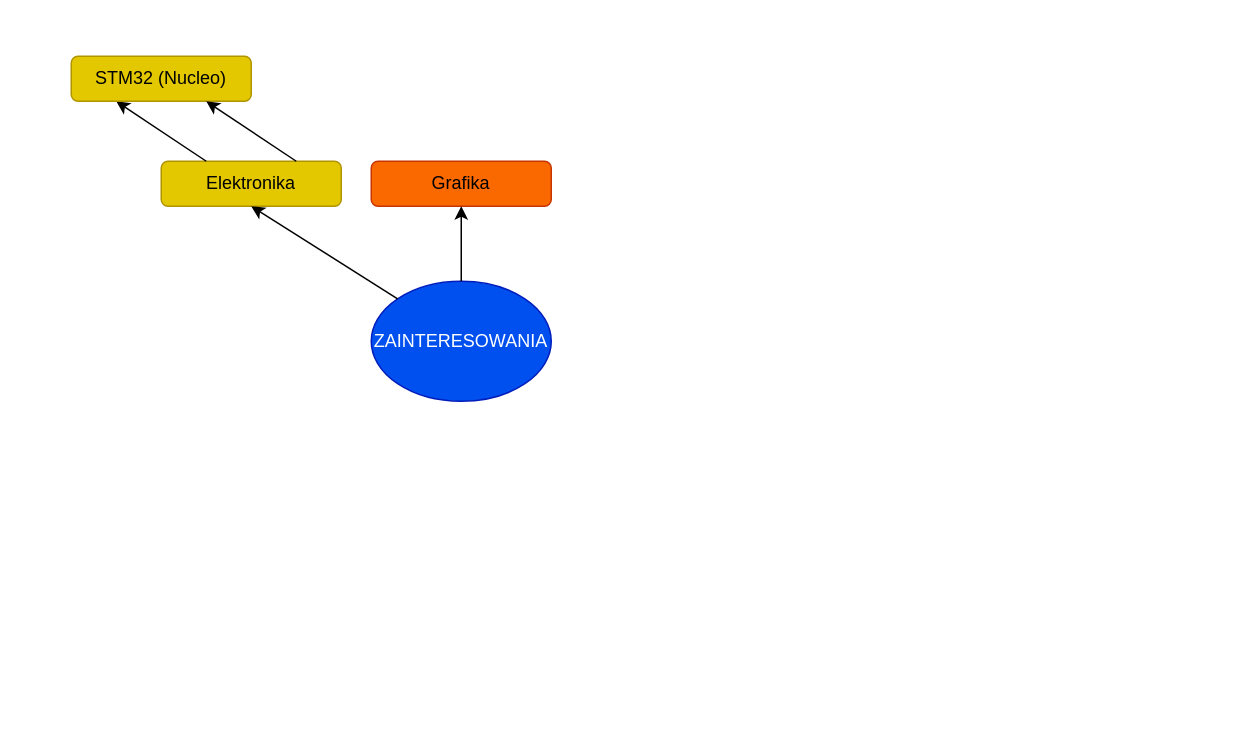
Above: Diagram bez tytułu.drawio in Dexmo-7/myWarmingUp (draw.io), before the change. Source tidied: cells renumbered, new cells numbered last; positions are measured from the earlier drawing's top-left corner, leaving out a move shared by most shapes. Both pictures are drawn from the tidied source at 150%, with x=0, y=0 at pixel (70, 56).
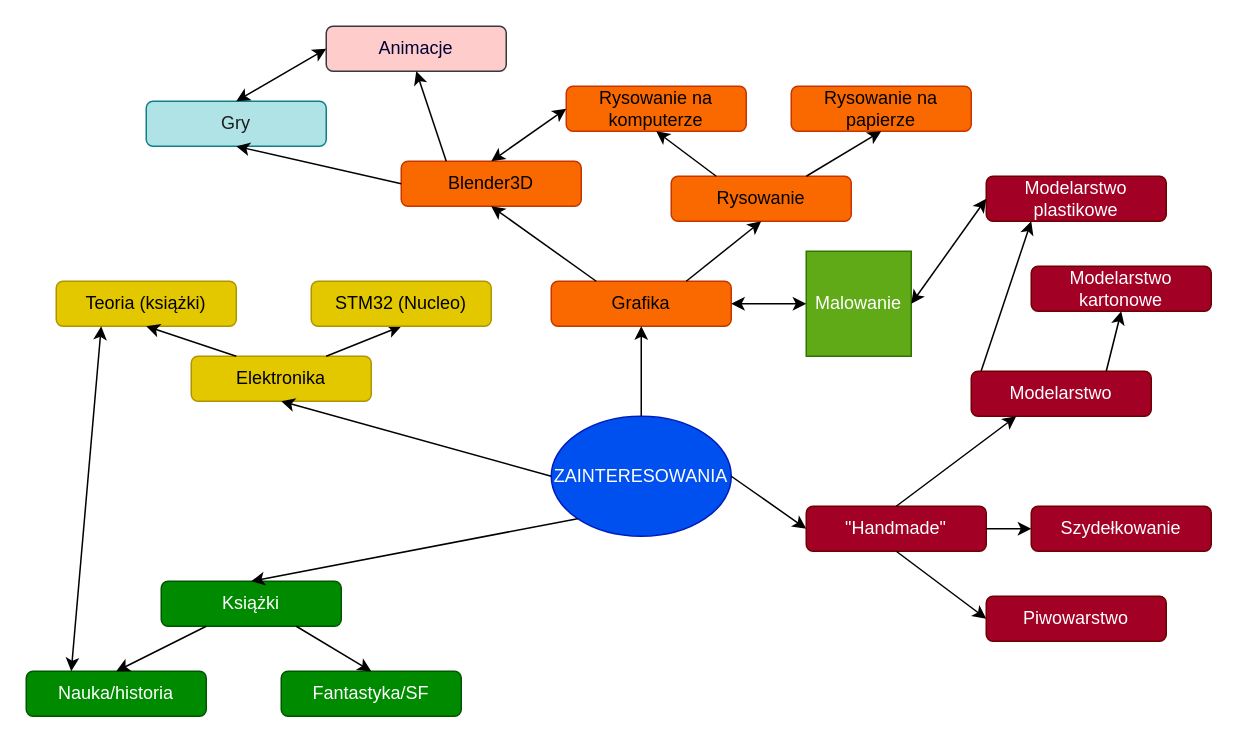
After the change.

The edit, as a diff of the source:
```diff
@@
     <mxCell id="2" value="Elektronika" style="rounded=1;whiteSpace=wrap;html=1;fillColor=#e3c800;fontColor=#000000;strokeColor=#B09500;" parent="1" vertex="1">
-      <mxGeometry x="60" y="70" width="120" height="30" as="geometry" />
+      <mxGeometry x="80" y="200" width="120" height="30" as="geometry" />
     </mxCell>
-    <mxCell id="3" style="endArrow=classic;html=1;rounded=0;exitX=0.25;exitY=0;exitDx=0;exitDy=0;entryX=0.25;entryY=1;entryDx=0;entryDy=0;" parent="1" edge="1" source="2" target="4">
+    <mxCell id="3" style="endArrow=classic;html=1;rounded=0;entryX=0.5;entryY=1;entryDx=0;entryDy=0;exitX=0.75;exitY=0;exitDx=0;exitDy=0;" parent="1" edge="1" source="2" target="4">
       <mxGeometry relative="1" as="geometry" />
     </mxCell>
     <mxCell id="4" value="STM32 (Nucleo)" style="rounded=1;whiteSpace=wrap;html=1;fillColor=#e3c800;fontColor=#000000;strokeColor=#B09500;" parent="1" vertex="1">
-      <mxGeometry width="120" height="30" as="geometry" />
+      <mxGeometry x="160" y="150" width="120" height="30" as="geometry" />
     </mxCell>
-    <mxCell id="5" style="endArrow=classic;html=1;rounded=0;exitX=0.75;exitY=0;exitDx=0;exitDy=0;entryX=0.75;entryY=1;entryDx=0;entryDy=0;" parent="1" edge="1" source="2" target="4">
-      <mxGeometry relative="1" as="geometry" />
-    </mxCell>
     <mxCell id="6" value="Grafika" style="rounded=1;whiteSpace=wrap;html=1;fillColor=#fa6800;fontColor=#000000;strokeColor=#C73500;" parent="1" vertex="1">
-      <mxGeometry x="200" y="70" width="120" height="30" as="geometry" />
+      <mxGeometry x="320" y="150" width="120" height="30" as="geometry" />
     </mxCell>
     <mxCell id="7" value="ZAINTERESOWANIA" style="ellipse;whiteSpace=wrap;html=1;fillColor=#0050ef;strokeColor=#001DBC;fontColor=#ffffff;" parent="1" vertex="1">
-      <mxGeometry x="200" y="150" width="120" height="80" as="geometry" />
+      <mxGeometry x="320" y="240" width="120" height="80" as="geometry" />
     </mxCell>
-    <mxCell id="8" style="endArrow=classic;html=1;rounded=0;exitX=0;exitY=0;exitDx=0;exitDy=0;entryX=0.5;entryY=1;entryDx=0;entryDy=0;" parent="1" edge="1" source="7" target="2">
+    <mxCell id="8" style="endArrow=classic;html=1;rounded=0;exitX=0;exitY=0.5;exitDx=0;exitDy=0;entryX=0.5;entryY=1;entryDx=0;entryDy=0;" parent="1" edge="1" source="7" target="2">
       <mxGeometry relative="1" as="geometry" />
     </mxCell>
@@
+    <mxCell id="10" value="Teoria (książki)" style="rounded=1;whiteSpace=wrap;html=1;fillColor=#e3c800;fontColor=#000000;strokeColor=#B09500;" parent="1" vertex="1">
+      <mxGeometry x="-10" y="150" width="120" height="30" as="geometry" />
+    </mxCell>
+    <mxCell id="11" style="endArrow=classic;html=1;rounded=0;exitX=0.25;exitY=0;exitDx=0;exitDy=0;entryX=0.5;entryY=1;entryDx=0;entryDy=0;" parent="1" edge="1" source="2" target="10">
+      <mxGeometry relative="1" as="geometry" />
+    </mxCell>
+    <mxCell id="12" value="Rysowanie" style="rounded=1;whiteSpace=wrap;html=1;fillColor=#fa6800;fontColor=#000000;strokeColor=#C73500;" parent="1" vertex="1">
+      <mxGeometry x="400" y="80" width="120" height="30" as="geometry" />
+    </mxCell>
+    <mxCell id="13" value="Blender3D" style="rounded=1;whiteSpace=wrap;html=1;fillColor=#fa6800;fontColor=#000000;strokeColor=#C73500;" parent="1" vertex="1">
+      <mxGeometry x="220" y="70" width="120" height="30" as="geometry" />
+    </mxCell>
+    <mxCell id="14" style="endArrow=classic;html=1;rounded=0;entryX=0.5;entryY=1;entryDx=0;entryDy=0;exitX=0.25;exitY=0;exitDx=0;exitDy=0;" parent="1" edge="1" source="6" target="13">
+      <mxGeometry relative="1" as="geometry" />
+    </mxCell>
+    <mxCell id="15" style="endArrow=classic;html=1;rounded=0;entryX=0.5;entryY=1;entryDx=0;entryDy=0;exitX=0.75;exitY=0;exitDx=0;exitDy=0;" parent="1" edge="1" source="6" target="12">
+      <mxGeometry relative="1" as="geometry" />
+    </mxCell>
+    <mxCell id="16" value="Rysowanie na papierze" style="rounded=1;whiteSpace=wrap;html=1;fillColor=#fa6800;fontColor=#000000;strokeColor=#C73500;" parent="1" vertex="1">
+      <mxGeometry x="480" y="20" width="120" height="30" as="geometry" />
+    </mxCell>
+    <mxCell id="17" value="Rysowanie na komputerze" style="rounded=1;whiteSpace=wrap;html=1;fillColor=#fa6800;fontColor=#000000;strokeColor=#C73500;" parent="1" vertex="1">
+      <mxGeometry x="330" y="20" width="120" height="30" as="geometry" />
+    </mxCell>
+    <mxCell id="18" value="Książki" style="rounded=1;whiteSpace=wrap;html=1;fillColor=#008a00;fontColor=#ffffff;strokeColor=#005700;" parent="1" vertex="1">
+      <mxGeometry x="60" y="350" width="120" height="30" as="geometry" />
+    </mxCell>
+    <mxCell id="19" style="endArrow=classic;html=1;rounded=0;exitX=0;exitY=1;exitDx=0;exitDy=0;entryX=0.5;entryY=0;entryDx=0;entryDy=0;" parent="1" edge="1" source="7" target="18">
+      <mxGeometry relative="1" as="geometry" />
+    </mxCell>
+    <mxCell id="20" value="Fantastyka/SF" style="rounded=1;whiteSpace=wrap;html=1;fillColor=#008a00;fontColor=#ffffff;strokeColor=#005700;" parent="1" vertex="1">
+      <mxGeometry x="140" y="410" width="120" height="30" as="geometry" />
+    </mxCell>
+    <mxCell id="21" value="Nauka/historia" style="rounded=1;whiteSpace=wrap;html=1;fillColor=#008a00;fontColor=#ffffff;strokeColor=#005700;" parent="1" vertex="1">
+      <mxGeometry x="-30" y="410" width="120" height="30" as="geometry" />
+    </mxCell>
+    <mxCell id="22" style="endArrow=classic;html=1;rounded=0;exitX=0.75;exitY=1;exitDx=0;exitDy=0;entryX=0.5;entryY=0;entryDx=0;entryDy=0;" parent="1" edge="1" source="18" target="20">
+      <mxGeometry relative="1" as="geometry" />
+    </mxCell>
+    <mxCell id="23" style="endArrow=classic;html=1;rounded=0;exitX=0.25;exitY=1;exitDx=0;exitDy=0;entryX=0.5;entryY=0;entryDx=0;entryDy=0;" parent="1" edge="1" source="18" target="21">
+      <mxGeometry relative="1" as="geometry" />
+    </mxCell>
+    <mxCell id="24" value="&quot;Handmade&quot;" style="rounded=1;whiteSpace=wrap;html=1;fillColor=#a20025;fontColor=#ffffff;strokeColor=#6F0000;" parent="1" vertex="1">
+      <mxGeometry x="490" y="300" width="120" height="30" as="geometry" />
+    </mxCell>
+    <mxCell id="25" value="Modelarstwo" style="rounded=1;whiteSpace=wrap;html=1;fillColor=#a20025;fontColor=#ffffff;strokeColor=#6F0000;" parent="1" vertex="1">
+      <mxGeometry x="600" y="210" width="120" height="30" as="geometry" />
+    </mxCell>
+    <mxCell id="26" value="Szydełkowanie" style="rounded=1;whiteSpace=wrap;html=1;fillColor=#a20025;fontColor=#ffffff;strokeColor=#6F0000;" parent="1" vertex="1">
+      <mxGeometry x="640" y="300" width="120" height="30" as="geometry" />
+    </mxCell>
+    <mxCell id="27" value="Modelarstwo kartonowe" style="rounded=1;whiteSpace=wrap;html=1;fillColor=#a20025;fontColor=#ffffff;strokeColor=#6F0000;" parent="1" vertex="1">
+      <mxGeometry x="640" y="140" width="120" height="30" as="geometry" />
+    </mxCell>
+    <mxCell id="28" value="Modelarstwo plastikowe" style="rounded=1;whiteSpace=wrap;html=1;fillColor=#a20025;fontColor=#ffffff;strokeColor=#6F0000;" parent="1" vertex="1">
+      <mxGeometry x="610" y="80" width="120" height="30" as="geometry" />
+    </mxCell>
+    <mxCell id="29" style="endArrow=classic;html=1;rounded=0;entryX=0.25;entryY=1;entryDx=0;entryDy=0;exitX=0.5;exitY=0;exitDx=0;exitDy=0;" parent="1" edge="1" source="24" target="25">
+      <mxGeometry relative="1" as="geometry" />
+    </mxCell>
+    <mxCell id="30" style="endArrow=classic;html=1;rounded=0;entryX=0.5;entryY=1;entryDx=0;entryDy=0;exitX=0.75;exitY=0;exitDx=0;exitDy=0;" parent="1" edge="1" source="25" target="27">
+      <mxGeometry relative="1" as="geometry" />
+    </mxCell>
+    <mxCell id="31" value="Malowanie" style="whiteSpace=wrap;html=1;fillColor=#60a917;fontColor=#ffffff;strokeColor=#2D7600;" parent="1" vertex="1">
+      <mxGeometry x="490" y="130" width="70" height="70" as="geometry" />
+    </mxCell>
+    <mxCell id="32" style="endArrow=classic;startArrow=classic;html=1;rounded=0;exitX=1;exitY=0.5;exitDx=0;exitDy=0;" parent="1" edge="1" source="6" target="31">
+      <mxGeometry relative="1" as="geometry" />
+    </mxCell>
+    <mxCell id="33" style="endArrow=classic;startArrow=classic;html=1;rounded=0;exitX=1;exitY=0.5;exitDx=0;exitDy=0;entryX=0;entryY=0.5;entryDx=0;entryDy=0;" parent="1" edge="1" source="31" target="28">
+      <mxGeometry relative="1" as="geometry" />
+    </mxCell>
+    <mxCell id="34" style="endArrow=classic;html=1;rounded=0;entryX=0;entryY=0.5;entryDx=0;entryDy=0;exitX=1;exitY=0.5;exitDx=0;exitDy=0;" parent="1" edge="1" source="7" target="24">
+      <mxGeometry relative="1" as="geometry" />
+    </mxCell>
+    <mxCell id="35" style="endArrow=classic;html=1;rounded=0;exitX=1;exitY=0.5;exitDx=0;exitDy=0;" parent="1" edge="1" source="24" target="26">
+      <mxGeometry relative="1" as="geometry" />
+    </mxCell>
+    <mxCell id="36" style="endArrow=classic;startArrow=classic;html=1;rounded=0;entryX=0.25;entryY=1;entryDx=0;entryDy=0;exitX=0.25;exitY=0;exitDx=0;exitDy=0;" parent="1" edge="1" source="21" target="10">
+      <mxGeometry relative="1" as="geometry" />
+    </mxCell>
+    <mxCell id="37" style="endArrow=classic;html=1;rounded=0;entryX=0.25;entryY=1;entryDx=0;entryDy=0;exitX=0.055;exitY=-0.008;exitDx=0;exitDy=0;exitPerimeter=0;" parent="1" edge="1" source="25" target="28">
+      <mxGeometry relative="1" as="geometry" />
+    </mxCell>
+    <mxCell id="38" style="endArrow=classic;html=1;rounded=0;entryX=0.5;entryY=1;entryDx=0;entryDy=0;exitX=0.75;exitY=0;exitDx=0;exitDy=0;" parent="1" edge="1" source="12" target="16">
+      <mxGeometry relative="1" as="geometry" />
+    </mxCell>
+    <mxCell id="39" style="endArrow=classic;html=1;rounded=0;entryX=0.5;entryY=1;entryDx=0;entryDy=0;exitX=0.25;exitY=0;exitDx=0;exitDy=0;" parent="1" edge="1" source="12" target="17">
+      <mxGeometry relative="1" as="geometry" />
+    </mxCell>
+    <mxCell id="40" style="endArrow=classic;startArrow=classic;html=1;rounded=0;exitX=0.5;exitY=0;exitDx=0;exitDy=0;entryX=0;entryY=0.5;entryDx=0;entryDy=0;" parent="1" edge="1" source="13" target="17">
+      <mxGeometry relative="1" as="geometry" />
+    </mxCell>
+    <mxCell id="41" value="&lt;font color=&quot;#000033&quot;&gt;Animacje&lt;/font&gt;" style="rounded=1;whiteSpace=wrap;html=1;fillColor=#ffcccc;strokeColor=#36393d;" parent="1" vertex="1">
+      <mxGeometry x="170" y="-20" width="120" height="30" as="geometry" />
+    </mxCell>
+    <mxCell id="42" value="&lt;font color=&quot;#1c1c1c&quot;&gt;Gry&lt;/font&gt;" style="rounded=1;whiteSpace=wrap;html=1;fillColor=#b0e3e6;strokeColor=#0e8088;" parent="1" vertex="1">
+      <mxGeometry x="50" y="30" width="120" height="30" as="geometry" />
+    </mxCell>
+    <mxCell id="43" style="endArrow=classic;html=1;rounded=0;entryX=0.5;entryY=1;entryDx=0;entryDy=0;exitX=0;exitY=0.5;exitDx=0;exitDy=0;" parent="1" edge="1" source="13" target="42">
+      <mxGeometry relative="1" as="geometry" />
+    </mxCell>
+    <mxCell id="44" style="endArrow=classic;html=1;rounded=0;entryX=0.5;entryY=1;entryDx=0;entryDy=0;exitX=0.25;exitY=0;exitDx=0;exitDy=0;" parent="1" edge="1" source="13" target="41">
+      <mxGeometry relative="1" as="geometry" />
+    </mxCell>
+    <mxCell id="45" style="endArrow=classic;startArrow=classic;html=1;rounded=0;exitX=0.5;exitY=0;exitDx=0;exitDy=0;entryX=0;entryY=0.5;entryDx=0;entryDy=0;" parent="1" edge="1" source="42" target="41">
+      <mxGeometry relative="1" as="geometry" />
+    </mxCell>
+    <mxCell id="46" value="Piwowarstwo" style="rounded=1;whiteSpace=wrap;html=1;fillColor=#a20025;fontColor=#ffffff;strokeColor=#6F0000;" parent="1" vertex="1">
+      <mxGeometry x="610" y="360" width="120" height="30" as="geometry" />
+    </mxCell>
+    <mxCell id="47" style="endArrow=classic;html=1;rounded=0;entryX=0;entryY=0.5;entryDx=0;entryDy=0;exitX=0.5;exitY=1;exitDx=0;exitDy=0;" parent="1" edge="1" source="24" target="46">
+      <mxGeometry relative="1" as="geometry" />
+    </mxCell>
```
